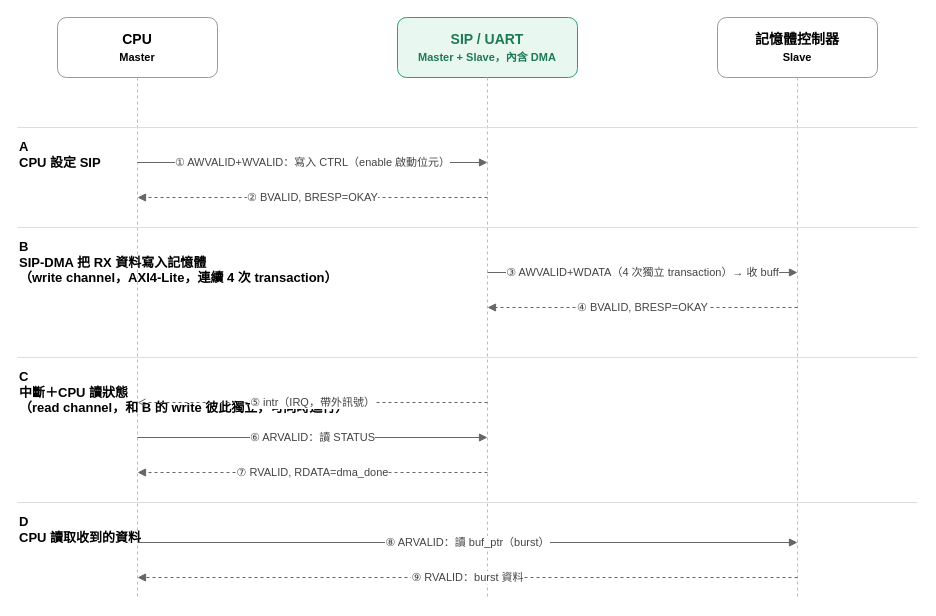
Earlier version of the draw.io diagram HW1/Upload/axi_msc.drawio (shj-F115112128/SOC_Practice). Source tidied: cells renumbered, new cells numbered last; positions are measured from the earlier drawing's top-left corner, leaving out a move shared by most shapes. Both pictures are drawn from the tidied source at 100%, with x=0, y=0 at pixel (17, 17).
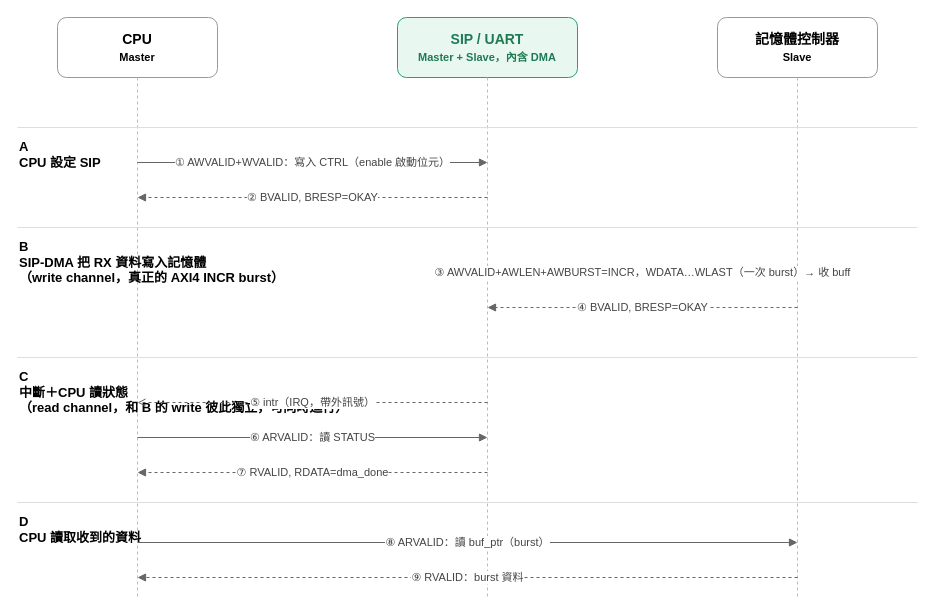
Above is the later version.

Commit message (it also covers changes not shown here):
Fix AXI MSC still describing the old 4-transaction DMA write

What changed in the source:
```diff
@@
-    <mxCell id="13" value="B&#10;SIP-DMA 把 RX 資料寫入記憶體&#10;（write channel，AXI4-Lite，連續 4 次 transaction）" style="text;html=1;fontStyle=1;fontSize=13;align=left;" parent="1" vertex="1">
+    <mxCell id="13" value="B&#10;SIP-DMA 把 RX 資料寫入記憶體&#10;（write channel，真正的 AXI4 INCR burst）" style="text;html=1;fontStyle=1;fontSize=13;align=left;" parent="1" vertex="1">
       <mxGeometry y="215" width="280" height="55" as="geometry" />
     </mxCell>
-    <mxCell id="14" value="③ AWVALID+WDATA（4 次獨立 transaction）→ 收 buff" style="html=1;endArrow=block;strokeColor=#666666;fontSize=11;fontColor=#444444;labelBackgroundColor=#ffffff;" parent="1" edge="1">
+    <mxCell id="14" value="③ AWVALID+AWLEN+AWBURST=INCR，WDATA…WLAST（一次 burst）→ 收 buff" style="html=1;endArrow=block;strokeColor=#666666;fontSize=11;fontColor=#444444;labelBackgroundColor=#ffffff;" parent="1" edge="1">
       <mxGeometry relative="1" as="geometry">
         <mxPoint x="470" y="255" as="sourcePoint" />
         <mxPoint x="780" y="255" as="targetPoint" />
       </mxGeometry>
     </mxCell>
```
